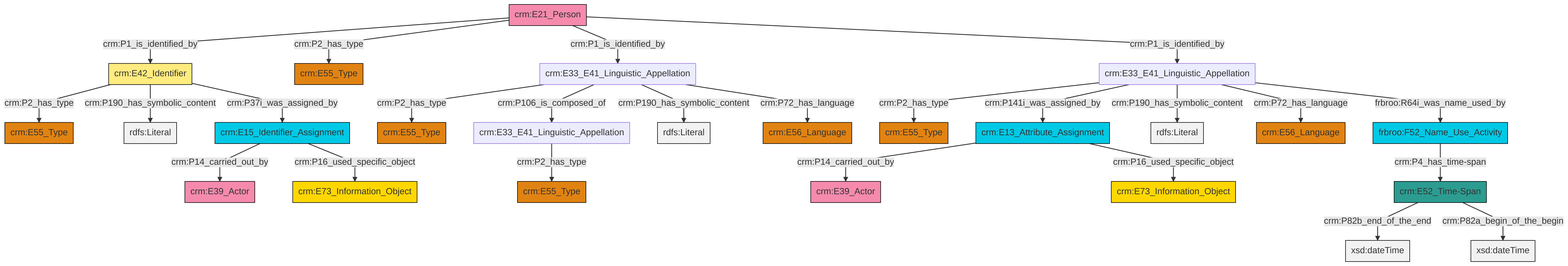
This is et/personCSV/ttl/mmd/png/Person_Names_and_Classification.png from swiss-art-research-net/reference-data-models, a Mermaid export, as it was before one commit. Its source is kept beside it as et/personCSV/ttl/mmd/Person_Names_and_Classification.ttl.mmd.
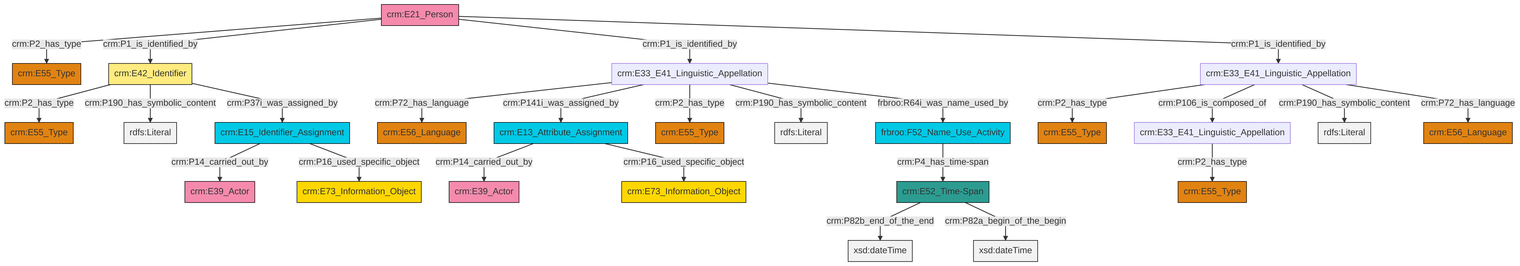
Later version of the same file.

The edit, as a diff of the source:
```diff
@@ -13,27 +13,27 @@
 classDef PC_Classes fill:#4ce600, stroke:#000000;
 classDef Multi fill:#cccccc,stroke:#000000;
 
-2["crm:E13_Attribute_Assignment"]:::Temporal_Entity -->|crm:P14_carried_out_by| 3["crm:E39_Actor"]:::Actor
-0["crm:E33_E41_Linguistic_Appellation"]:::Default -->|crm:P2_has_type| 4["crm:E55_Type"]:::Type
-5["crm:E52_Time-Span"]:::Time-Span -->|crm:P82b_end_of_the_end| 6[xsd:dateTime]:::Literal
-11["crm:E15_Identifier_Assignment"]:::Temporal_Entity -->|crm:P14_carried_out_by| 12["crm:E39_Actor"]:::Actor
-13["crm:E33_E41_Linguistic_Appellation"]:::Default -->|crm:P2_has_type| 14["crm:E55_Type"]:::Type
-15["crm:E33_E41_Linguistic_Appellation"]:::Default -->|crm:P2_has_type| 16["crm:E55_Type"]:::Type
-0["crm:E33_E41_Linguistic_Appellation"]:::Default -->|crm:P106_is_composed_of| 13["crm:E33_E41_Linguistic_Appellation"]:::Default
-11["crm:E15_Identifier_Assignment"]:::Temporal_Entity -->|crm:P16_used_specific_object| 18["crm:E73_Information_Object"]:::Conceptual_Object
-15["crm:E33_E41_Linguistic_Appellation"]:::Default -->|crm:P141i_was_assigned_by| 2["crm:E13_Attribute_Assignment"]:::Temporal_Entity
-0["crm:E33_E41_Linguistic_Appellation"]:::Default -->|crm:P190_has_symbolic_content| 23[rdfs:Literal]:::Literal
-21["crm:E21_Person"]:::Actor -->|crm:P1_is_identified_by| 27["crm:E42_Identifier"]:::Appellation
-21["crm:E21_Person"]:::Actor -->|crm:P2_has_type| 28["crm:E55_Type"]:::Type
-27["crm:E42_Identifier"]:::Appellation -->|crm:P2_has_type| 29["crm:E55_Type"]:::Type
-2["crm:E13_Attribute_Assignment"]:::Temporal_Entity -->|crm:P16_used_specific_object| 8["crm:E73_Information_Object"]:::Conceptual_Object
-15["crm:E33_E41_Linguistic_Appellation"]:::Default -->|crm:P190_has_symbolic_content| 33[rdfs:Literal]:::Literal
-31["frbroo:F52_Name_Use_Activity"]:::Temporal_Entity -->|crm:P4_has_time-span| 5["crm:E52_Time-Span"]:::Time-Span
-27["crm:E42_Identifier"]:::Appellation -->|crm:P190_has_symbolic_content| 34[rdfs:Literal]:::Literal
-15["crm:E33_E41_Linguistic_Appellation"]:::Default -->|crm:P72_has_language| 35["crm:E56_Language"]:::Type
-21["crm:E21_Person"]:::Actor -->|crm:P1_is_identified_by| 0["crm:E33_E41_Linguistic_Appellation"]:::Default
-21["crm:E21_Person"]:::Actor -->|crm:P1_is_identified_by| 15["crm:E33_E41_Linguistic_Appellation"]:::Default
-27["crm:E42_Identifier"]:::Appellation -->|crm:P37i_was_assigned_by| 11["crm:E15_Identifier_Assignment"]:::Temporal_Entity
-0["crm:E33_E41_Linguistic_Appellation"]:::Default -->|crm:P72_has_language| 25["crm:E56_Language"]:::Type
-5["crm:E52_Time-Span"]:::Time-Span -->|crm:P82a_begin_of_the_begin| 45[xsd:dateTime]:::Literal
-15["crm:E33_E41_Linguistic_Appellation"]:::Default -->|frbroo:R64i_was_name_used_by| 31["frbroo:F52_Name_Use_Activity"]:::Temporal_Entity
+4["crm:E33_E41_Linguistic_Appellation"]:::Default -->|crm:P2_has_type| 5["crm:E55_Type"]:::Type
+6["crm:E33_E41_Linguistic_Appellation"]:::Default -->|crm:P72_has_language| 7["crm:E56_Language"]:::Type
+8["crm:E52_Time-Span"]:::Time-Span -->|crm:P82b_end_of_the_end| 9[xsd:dateTime]:::Literal
+12["crm:E21_Person"]:::Actor -->|crm:P2_has_type| 13["crm:E55_Type"]:::Type
+4["crm:E33_E41_Linguistic_Appellation"]:::Default -->|crm:P106_is_composed_of| 16["crm:E33_E41_Linguistic_Appellation"]:::Default
+14["crm:E42_Identifier"]:::Appellation -->|crm:P2_has_type| 18["crm:E55_Type"]:::Type
+0["crm:E15_Identifier_Assignment"]:::Temporal_Entity -->|crm:P14_carried_out_by| 10["crm:E39_Actor"]:::Actor
+6["crm:E33_E41_Linguistic_Appellation"]:::Default -->|crm:P141i_was_assigned_by| 20["crm:E13_Attribute_Assignment"]:::Temporal_Entity
+12["crm:E21_Person"]:::Actor -->|crm:P1_is_identified_by| 14["crm:E42_Identifier"]:::Appellation
+4["crm:E33_E41_Linguistic_Appellation"]:::Default -->|crm:P190_has_symbolic_content| 26[rdfs:Literal]:::Literal
+12["crm:E21_Person"]:::Actor -->|crm:P1_is_identified_by| 6["crm:E33_E41_Linguistic_Appellation"]:::Default
+29["frbroo:F52_Name_Use_Activity"]:::Temporal_Entity -->|crm:P4_has_time-span| 8["crm:E52_Time-Span"]:::Time-Span
+0["crm:E15_Identifier_Assignment"]:::Temporal_Entity -->|crm:P16_used_specific_object| 2["crm:E73_Information_Object"]:::Conceptual_Object
+6["crm:E33_E41_Linguistic_Appellation"]:::Default -->|crm:P2_has_type| 31["crm:E55_Type"]:::Type
+4["crm:E33_E41_Linguistic_Appellation"]:::Default -->|crm:P72_has_language| 32["crm:E56_Language"]:::Type
+20["crm:E13_Attribute_Assignment"]:::Temporal_Entity -->|crm:P14_carried_out_by| 34["crm:E39_Actor"]:::Actor
+16["crm:E33_E41_Linguistic_Appellation"]:::Default -->|crm:P2_has_type| 36["crm:E55_Type"]:::Type
+8["crm:E52_Time-Span"]:::Time-Span -->|crm:P82a_begin_of_the_begin| 37[xsd:dateTime]:::Literal
+12["crm:E21_Person"]:::Actor -->|crm:P1_is_identified_by| 4["crm:E33_E41_Linguistic_Appellation"]:::Default
+14["crm:E42_Identifier"]:::Appellation -->|crm:P190_has_symbolic_content| 39[rdfs:Literal]:::Literal
+14["crm:E42_Identifier"]:::Appellation -->|crm:P37i_was_assigned_by| 0["crm:E15_Identifier_Assignment"]:::Temporal_Entity
+20["crm:E13_Attribute_Assignment"]:::Temporal_Entity -->|crm:P16_used_specific_object| 21["crm:E73_Information_Object"]:::Conceptual_Object
+6["crm:E33_E41_Linguistic_Appellation"]:::Default -->|crm:P190_has_symbolic_content| 44[rdfs:Literal]:::Literal
+6["crm:E33_E41_Linguistic_Appellation"]:::Default -->|frbroo:R64i_was_name_used_by| 29["frbroo:F52_Name_Use_Activity"]:::Temporal_Entity
```
